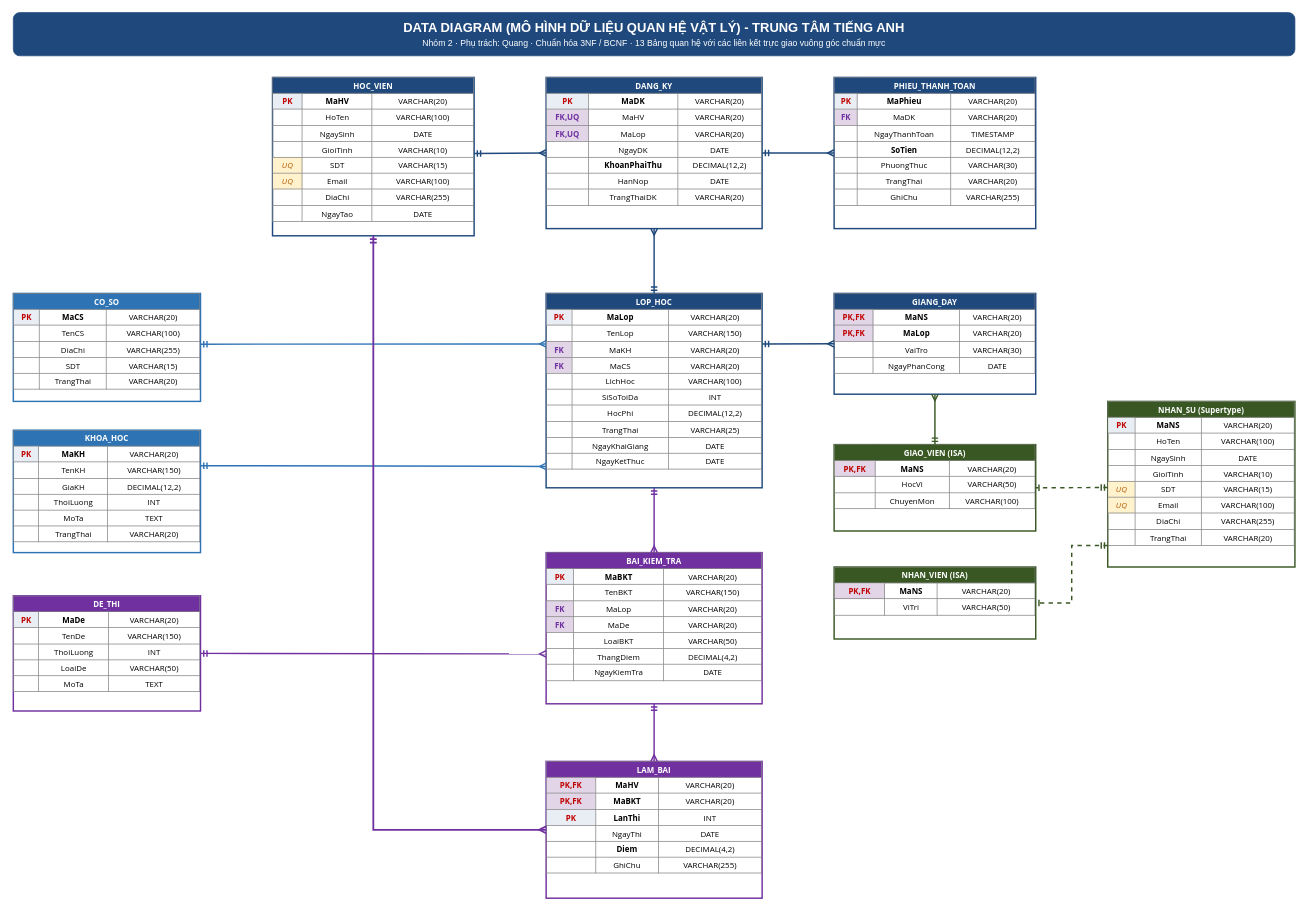
The draw.io diagram design/03_data_diagram/03_data_diagram.drawio in wdLosr/BTL-CSDL, before the edit. Source tidied: cells renumbered, new cells numbered last; positions are measured from the earlier drawing's top-left corner, leaving out a move shared by most shapes. Both pictures are drawn from the tidied source at 72%, with x=0, y=0 at pixel (13, 12).
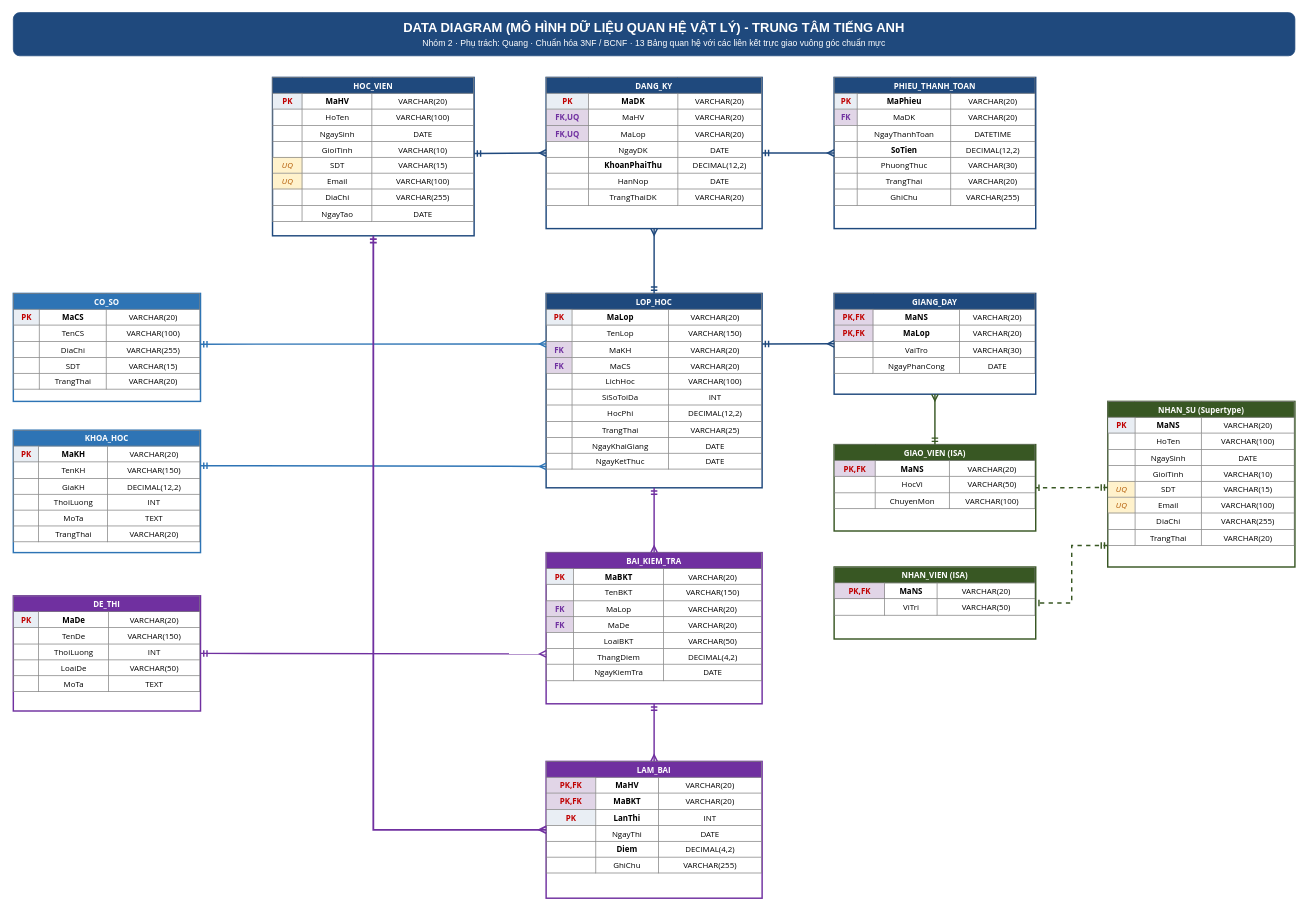
The same page after the edit.

What changed in the source:
```diff
@@
-    <mxCell id="5" value="&lt;table border='1' width='100%' cellpadding='4' style='border-collapse:collapse;font-size:11px;font-family:Segoe UI,Arial;'&gt;&lt;tr style='background:#1F497D;color:#ffffff;'&gt;&lt;th colspan='3'&gt;&lt;b&gt;PHIEU_THANH_TOAN&lt;/b&gt;&lt;/th&gt;&lt;/tr&gt;&lt;tr&gt;&lt;td style='background:#E9EEF4;'&gt;&lt;b style='color:#C00000;'&gt;PK&lt;/b&gt;&lt;/td&gt;&lt;td&gt;&lt;b&gt;MaPhieu&lt;/b&gt;&lt;/td&gt;&lt;td&gt;VARCHAR(20)&lt;/td&gt;&lt;/tr&gt;&lt;tr&gt;&lt;td style='background:#E1D5E7;'&gt;&lt;b style='color:#7030A0;'&gt;FK&lt;/b&gt;&lt;/td&gt;&lt;td&gt;MaDK&lt;/td&gt;&lt;td&gt;VARCHAR(20)&lt;/td&gt;&lt;/tr&gt;&lt;tr&gt;&lt;td&gt;&lt;/td&gt;&lt;td&gt;NgayThanhToan&lt;/td&gt;&lt;td&gt;TIMESTAMP&lt;/td&gt;&lt;/tr&gt;&lt;tr&gt;&lt;td&gt;&lt;/td&gt;&lt;td&gt;&lt;b&gt;SoTien&lt;/b&gt;&lt;/td&gt;&lt;td&gt;DECIMAL(12,2)&lt;/td&gt;&lt;/tr&gt;&lt;tr&gt;&lt;td&gt;&lt;/td&gt;&lt;td&gt;PhuongThuc&lt;/td&gt;&lt;td&gt;VARCHAR(30)&lt;/td&gt;&lt;/tr&gt;&lt;tr&gt;&lt;td&gt;&lt;/td&gt;&lt;td&gt;TrangThai&lt;/td&gt;&lt;td&gt;VARCHAR(20)&lt;/td&gt;&lt;/tr&gt;&lt;tr&gt;&lt;td&gt;&lt;/td&gt;&lt;td&gt;GhiChu&lt;/td&gt;&lt;td&gt;VARCHAR(255)&lt;/td&gt;&lt;/tr&gt;&lt;/table&gt;" style="shape=rectangle;whiteSpace=wrap;html=1;overflow=fill;fillColor=#FFFFFF;strokeColor=#1F497D;strokeWidth=2;" parent="1" vertex="1">
+    <mxCell id="5" value="&lt;table border='1' width='100%' cellpadding='4' style='border-collapse:collapse;font-size:11px;font-family:Segoe UI,Arial;'&gt;&lt;tr style='background:#1F497D;color:#ffffff;'&gt;&lt;th colspan='3'&gt;&lt;b&gt;PHIEU_THANH_TOAN&lt;/b&gt;&lt;/th&gt;&lt;/tr&gt;&lt;tr&gt;&lt;td style='background:#E9EEF4;'&gt;&lt;b style='color:#C00000;'&gt;PK&lt;/b&gt;&lt;/td&gt;&lt;td&gt;&lt;b&gt;MaPhieu&lt;/b&gt;&lt;/td&gt;&lt;td&gt;VARCHAR(20)&lt;/td&gt;&lt;/tr&gt;&lt;tr&gt;&lt;td style='background:#E1D5E7;'&gt;&lt;b style='color:#7030A0;'&gt;FK&lt;/b&gt;&lt;/td&gt;&lt;td&gt;MaDK&lt;/td&gt;&lt;td&gt;VARCHAR(20)&lt;/td&gt;&lt;/tr&gt;&lt;tr&gt;&lt;td&gt;&lt;/td&gt;&lt;td&gt;NgayThanhToan&lt;/td&gt;&lt;td&gt;DATETIME&lt;/td&gt;&lt;/tr&gt;&lt;tr&gt;&lt;td&gt;&lt;/td&gt;&lt;td&gt;&lt;b&gt;SoTien&lt;/b&gt;&lt;/td&gt;&lt;td&gt;DECIMAL(12,2)&lt;/td&gt;&lt;/tr&gt;&lt;tr&gt;&lt;td&gt;&lt;/td&gt;&lt;td&gt;PhuongThuc&lt;/td&gt;&lt;td&gt;VARCHAR(30)&lt;/td&gt;&lt;/tr&gt;&lt;tr&gt;&lt;td&gt;&lt;/td&gt;&lt;td&gt;TrangThai&lt;/td&gt;&lt;td&gt;VARCHAR(20)&lt;/td&gt;&lt;/tr&gt;&lt;tr&gt;&lt;td&gt;&lt;/td&gt;&lt;td&gt;GhiChu&lt;/td&gt;&lt;td&gt;VARCHAR(255)&lt;/td&gt;&lt;/tr&gt;&lt;/table&gt;" style="shape=rectangle;whiteSpace=wrap;html=1;overflow=fill;fillColor=#FFFFFF;strokeColor=#1F497D;strokeWidth=2;" parent="1" vertex="1">
       <mxGeometry x="1140" y="90" width="280" height="210" as="geometry" />
     </mxCell>
```
